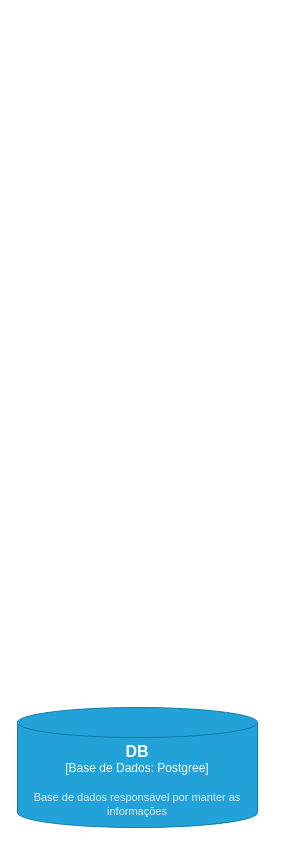
Earlier version of the draw.io diagram page "Container" (2 of 2) of eolus-system.drawio (kcarww/eolus-api). Source tidied: cells renumbered, new cells numbered last; positions are measured from the earlier drawing's top-left corner, leaving out a move shared by most shapes. Both pictures are drawn from the tidied source at 100%, with x=0, y=0 at pixel (17, 707).
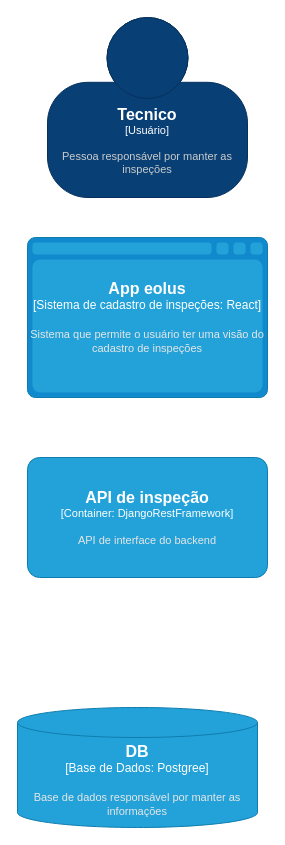
The same diagram, later.

The edit, as a diff of the source:
```diff
@@
 <mxGraphModel>
   <root>
     <mxCell id="0" />
     <mxCell id="1" parent="0" />
     <object id="2" label="&lt;font style=&quot;font-size: 16px&quot;&gt;&lt;b&gt;%c4Name%&lt;/b&gt;&lt;/font&gt;&lt;div&gt;[%c4Type%:&amp;nbsp;%c4Technology%]&lt;/div&gt;&lt;br&gt;&lt;div&gt;&lt;font style=&quot;font-size: 11px&quot;&gt;&lt;font color=&quot;#E6E6E6&quot;&gt;%c4Description%&lt;/font&gt;&lt;/div&gt;" c4Description="Base de dados responsável por manter as informações" c4Name="DB" c4Technology="Postgree" c4Type="Base de Dados" placeholders="1">
       <mxCell style="shape=cylinder3;size=15;whiteSpace=wrap;html=1;boundedLbl=1;rounded=0;labelBackgroundColor=none;fillColor=#23A2D9;fontSize=12;fontColor=#ffffff;align=center;strokeColor=#0E7DAD;" parent="1" vertex="1">
         <mxGeometry width="240" height="120" as="geometry" />
       </mxCell>
     </object>
+    <object id="3" label="&lt;font style=&quot;font-size: 16px&quot;&gt;&lt;b&gt;%c4Name%&lt;/b&gt;&lt;/font&gt;&lt;div&gt;[%c4Type%: %c4Technology%]&lt;/div&gt;&lt;br&gt;&lt;div&gt;&lt;font style=&quot;font-size: 11px&quot;&gt;&lt;font color=&quot;#E6E6E6&quot;&gt;%c4Description%&lt;/font&gt;&lt;/div&gt;" c4Description="API de interface do backend" c4Name="API de inspeção" c4Technology="DjangoRestFramework" c4Type="Container" placeholders="1">
+      <mxCell style="rounded=1;whiteSpace=wrap;html=1;fontSize=11;labelBackgroundColor=none;fillColor=#23A2D9;fontColor=#ffffff;align=center;arcSize=10;strokeColor=#0E7DAD;" parent="1" vertex="1">
+        <mxGeometry x="10" y="-250" width="240" height="120" as="geometry" />
+      </mxCell>
+    </object>
+    <object id="4" label="&lt;font style=&quot;font-size: 16px&quot;&gt;&lt;b&gt;%c4Name%&lt;/b&gt;&lt;/font&gt;&lt;div&gt;[%c4Type%]&lt;/div&gt;&lt;br&gt;&lt;div&gt;&lt;font style=&quot;font-size: 11px&quot;&gt;&lt;font color=&quot;#cccccc&quot;&gt;%c4Description%&lt;/font&gt;&lt;/div&gt;" c4Description="Pessoa responsável por manter as inspeções" c4Name="Tecnico" c4Type="Usuário" placeholders="1">
+      <mxCell style="html=1;fontSize=11;dashed=0;whiteSpace=wrap;fillColor=#083F75;strokeColor=#06315C;fontColor=#ffffff;shape=mxgraph.c4.person2;align=center;" parent="1" vertex="1">
+        <mxGeometry x="30" y="-690" width="200" height="180" as="geometry" />
+      </mxCell>
+    </object>
+    <object id="5" label="&lt;font style=&quot;font-size: 16px&quot;&gt;&lt;b&gt;%c4Name%&lt;/b&gt;&lt;/font&gt;&lt;div&gt;[%c4Type%:&amp;nbsp;%c4Technology%]&lt;/div&gt;&lt;br&gt;&lt;div&gt;&lt;font style=&quot;font-size: 11px&quot;&gt;&lt;font color=&quot;#E6E6E6&quot;&gt;%c4Description%&lt;/font&gt;&lt;/div&gt;" c4Description="Sistema que permite o usuário ter uma visão do cadastro de inspeções" c4Name="App eolus" c4Technology="React" c4Type="Sistema de cadastro de inspeções" placeholders="1">
+      <mxCell style="shape=mxgraph.c4.webBrowserContainer2;whiteSpace=wrap;html=1;boundedLbl=1;rounded=0;labelBackgroundColor=none;strokeColor=#118ACD;fillColor=#23A2D9;strokeColor=#118ACD;strokeColor2=#0E7DAD;fontSize=12;fontColor=#ffffff;align=center;" parent="1" vertex="1">
+        <mxGeometry x="10" y="-470" width="240" height="160" as="geometry" />
+      </mxCell>
+    </object>
   </root>
 </mxGraphModel>
```
